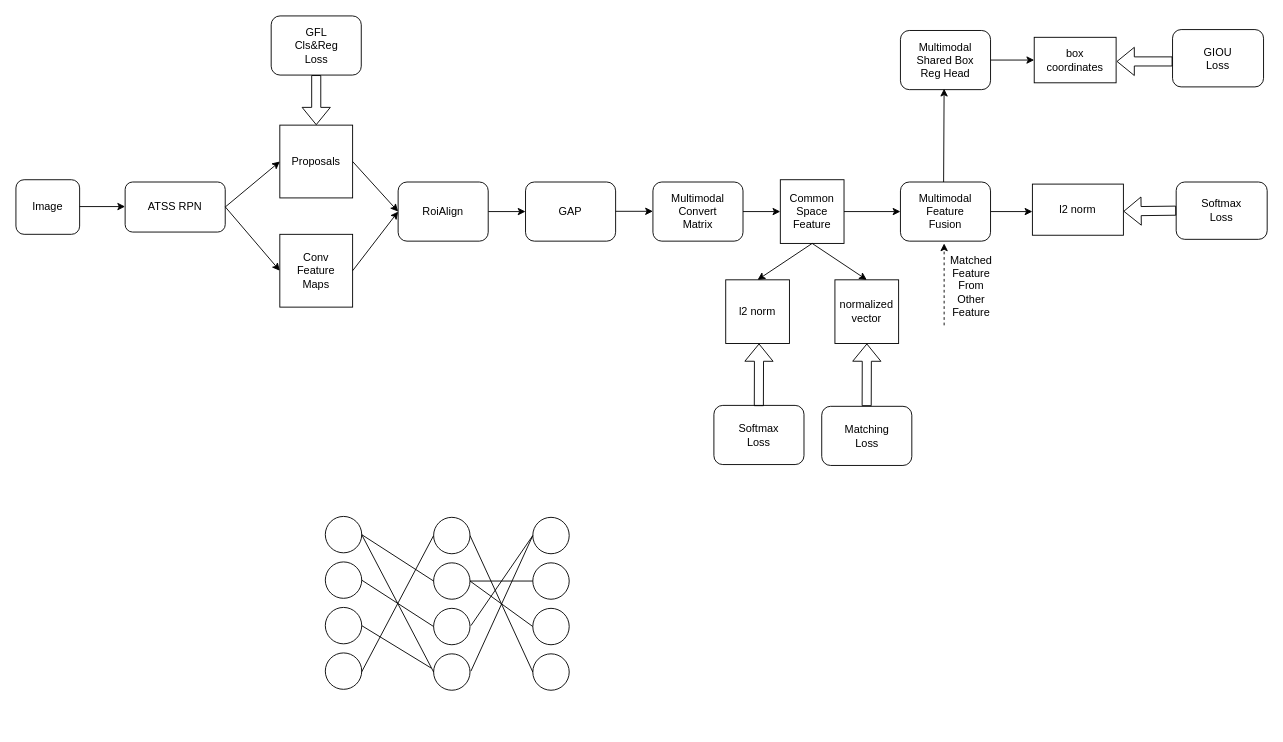
Before: 多模态目标检测.drawio in thb1314/for_draw_io, a draw.io diagram. Source tidied: cells renumbered, new cells numbered last; positions are measured from the earlier drawing's top-left corner, leaving out a move shared by most shapes. Both pictures are drawn from the tidied source at 91%, with x=0, y=0 at pixel (15, 15).
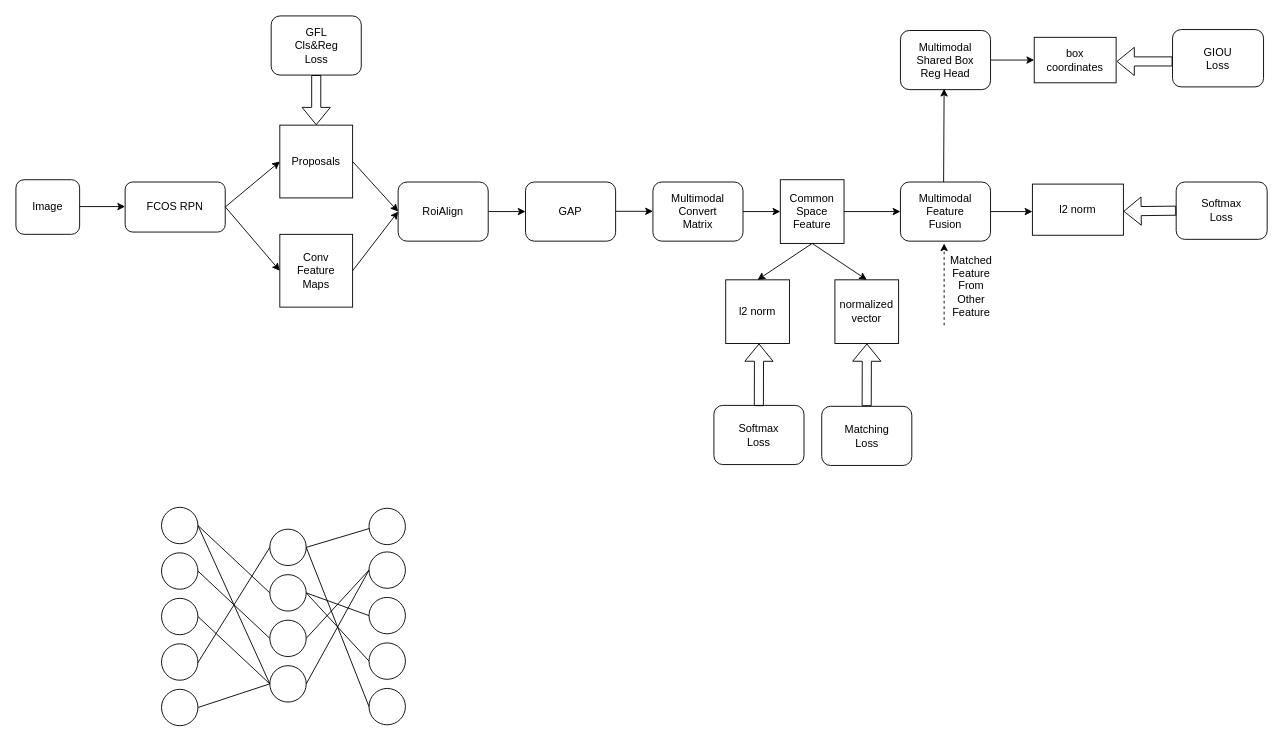
The same diagram, later.

Commit message:
更新多模态目标检测.drawio

Change to the diagram source:
```diff
@@
-    <mxCell id="4" value="ATSS RPN" style="rounded=1;whiteSpace=wrap;html=1;" parent="1" vertex="1">
+    <mxCell id="4" value="FCOS RPN" style="rounded=1;whiteSpace=wrap;html=1;" parent="1" vertex="1">
       <mxGeometry x="120" y="182.5" width="110" height="55" as="geometry" />
     </mxCell>
@@
     <mxCell id="42" style="ellipse;whiteSpace=wrap;html=1;" parent="1" vertex="1">
-      <mxGeometry x="340" y="550" width="40" height="40" as="geometry" />
+      <mxGeometry x="160" y="540" width="40" height="40" as="geometry" />
     </mxCell>
     <mxCell id="43" style="ellipse;whiteSpace=wrap;html=1;" parent="1" vertex="1">
-      <mxGeometry x="340" y="600" width="40" height="40" as="geometry" />
+      <mxGeometry x="160" y="590" width="40" height="40" as="geometry" />
     </mxCell>
     <mxCell id="44" style="ellipse;whiteSpace=wrap;html=1;" parent="1" vertex="1">
-      <mxGeometry x="340" y="650" width="40" height="40" as="geometry" />
+      <mxGeometry x="160" y="640" width="40" height="40" as="geometry" />
     </mxCell>
     <mxCell id="45" style="ellipse;whiteSpace=wrap;html=1;" parent="1" vertex="1">
-      <mxGeometry x="340" y="700" width="40" height="40" as="geometry" />
+      <mxGeometry x="160" y="690" width="40" height="40" as="geometry" />
     </mxCell>
     <mxCell id="46" style="ellipse;whiteSpace=wrap;html=1;" parent="1" vertex="1">
-      <mxGeometry x="459" y="551" width="40" height="40" as="geometry" />
+      <mxGeometry x="279" y="564" width="40" height="40" as="geometry" />
     </mxCell>
     <mxCell id="47" style="ellipse;whiteSpace=wrap;html=1;" parent="1" vertex="1">
-      <mxGeometry x="459" y="601" width="40" height="40" as="geometry" />
+      <mxGeometry x="279" y="614" width="40" height="40" as="geometry" />
     </mxCell>
     <mxCell id="48" style="ellipse;whiteSpace=wrap;html=1;" parent="1" vertex="1">
-      <mxGeometry x="459" y="651" width="40" height="40" as="geometry" />
+      <mxGeometry x="279" y="664" width="40" height="40" as="geometry" />
     </mxCell>
     <mxCell id="49" style="ellipse;whiteSpace=wrap;html=1;" parent="1" vertex="1">
-      <mxGeometry x="459" y="701" width="40" height="40" as="geometry" />
+      <mxGeometry x="279" y="714" width="40" height="40" as="geometry" />
     </mxCell>
     <mxCell id="50" style="ellipse;whiteSpace=wrap;html=1;" parent="1" vertex="1">
-      <mxGeometry x="568" y="551" width="40" height="40" as="geometry" />
+      <mxGeometry x="388" y="589" width="40" height="40" as="geometry" />
     </mxCell>
     <mxCell id="51" style="ellipse;whiteSpace=wrap;html=1;" parent="1" vertex="1">
-      <mxGeometry x="568" y="601" width="40" height="40" as="geometry" />
+      <mxGeometry x="388" y="639" width="40" height="40" as="geometry" />
     </mxCell>
     <mxCell id="52" style="ellipse;whiteSpace=wrap;html=1;" parent="1" vertex="1">
-      <mxGeometry x="568" y="651" width="40" height="40" as="geometry" />
+      <mxGeometry x="388" y="689" width="40" height="40" as="geometry" />
     </mxCell>
     <mxCell id="53" style="ellipse;whiteSpace=wrap;html=1;" parent="1" vertex="1">
-      <mxGeometry x="568" y="701" width="40" height="40" as="geometry" />
+      <mxGeometry x="388" y="739" width="40" height="40" as="geometry" />
     </mxCell>
@@
-    <mxCell id="57" style="endArrow=none;html=1;rounded=0;exitX=-0.065;exitY=0.392;exitDx=0;exitDy=0;exitPerimeter=0;entryX=1;entryY=0.5;entryDx=0;entryDy=0;" parent="1" edge="1" source="49" target="44">
+    <mxCell id="57" style="endArrow=none;html=1;rounded=0;exitX=0;exitY=0.5;exitDx=0;exitDy=0;entryX=1;entryY=0.5;entryDx=0;entryDy=0;" parent="1" edge="1" source="49" target="44">
       <mxGeometry relative="1" as="geometry" />
     </mxCell>
@@
-    <mxCell id="59" style="endArrow=none;html=1;rounded=0;entryX=0;entryY=0.5;entryDx=0;entryDy=0;" parent="1" edge="1" target="50">
-      <mxGeometry relative="1" as="geometry">
-        <mxPoint x="500" y="670" as="sourcePoint" />
-      </mxGeometry>
+    <mxCell id="59" style="endArrow=none;html=1;rounded=0;entryX=0;entryY=0.5;entryDx=0;entryDy=0;exitX=1;exitY=0.5;exitDx=0;exitDy=0;" parent="1" edge="1" source="48" target="50">
+      <mxGeometry relative="1" as="geometry" />
     </mxCell>
-    <mxCell id="60" style="endArrow=none;html=1;rounded=0;entryX=0;entryY=0.5;entryDx=0;entryDy=0;" parent="1" edge="1" target="50">
-      <mxGeometry relative="1" as="geometry">
-        <mxPoint x="500" y="720" as="sourcePoint" />
-      </mxGeometry>
+    <mxCell id="60" style="endArrow=none;html=1;rounded=0;entryX=0;entryY=0.5;entryDx=0;entryDy=0;exitX=1;exitY=0.5;exitDx=0;exitDy=0;" parent="1" edge="1" source="49" target="50">
+      <mxGeometry relative="1" as="geometry" />
     </mxCell>
@@
+    <mxCell id="64" style="ellipse;whiteSpace=wrap;html=1;" parent="1" vertex="1">
+      <mxGeometry x="160" y="740" width="40" height="40" as="geometry" />
+    </mxCell>
+    <mxCell id="65" style="ellipse;whiteSpace=wrap;html=1;" parent="1" vertex="1">
+      <mxGeometry x="388" y="541" width="40" height="40" as="geometry" />
+    </mxCell>
+    <mxCell id="66" style="endArrow=none;html=1;rounded=0;entryX=0.008;entryY=0.558;entryDx=0;entryDy=0;entryPerimeter=0;exitX=1;exitY=0.5;exitDx=0;exitDy=0;" parent="1" edge="1" source="46" target="65">
+      <mxGeometry relative="1" as="geometry" />
+    </mxCell>
+    <mxCell id="67" style="endArrow=none;html=1;rounded=0;entryX=0;entryY=0.5;entryDx=0;entryDy=0;exitX=1;exitY=0.5;exitDx=0;exitDy=0;" parent="1" edge="1" source="64" target="49">
+      <mxGeometry relative="1" as="geometry" />
+    </mxCell>
```
